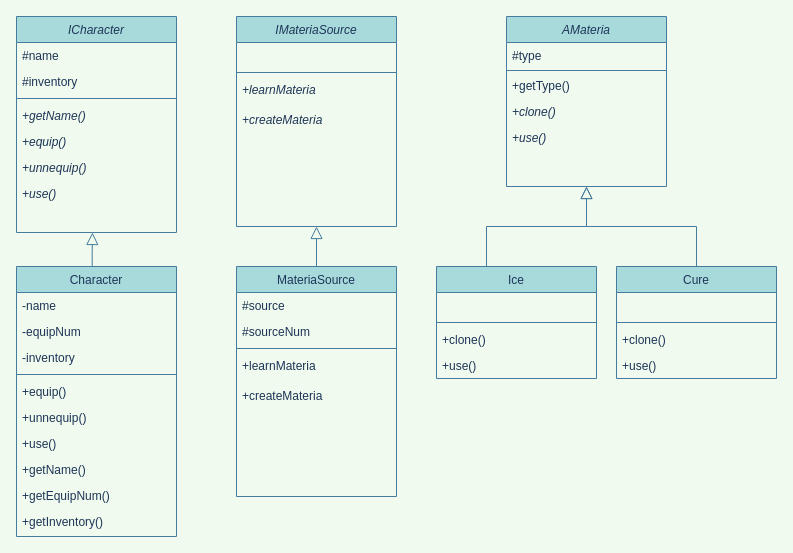
The draw.io diagram cpp04/ex03/cpp04_ex03.drawio in yeawonbong/cpp, before the edit. Source tidied: cells renumbered, new cells numbered last; positions are measured from the earlier drawing's top-left corner, leaving out a move shared by most shapes. Both pictures are drawn from the tidied source at 100%, with x=0, y=0 at pixel (16, 16).
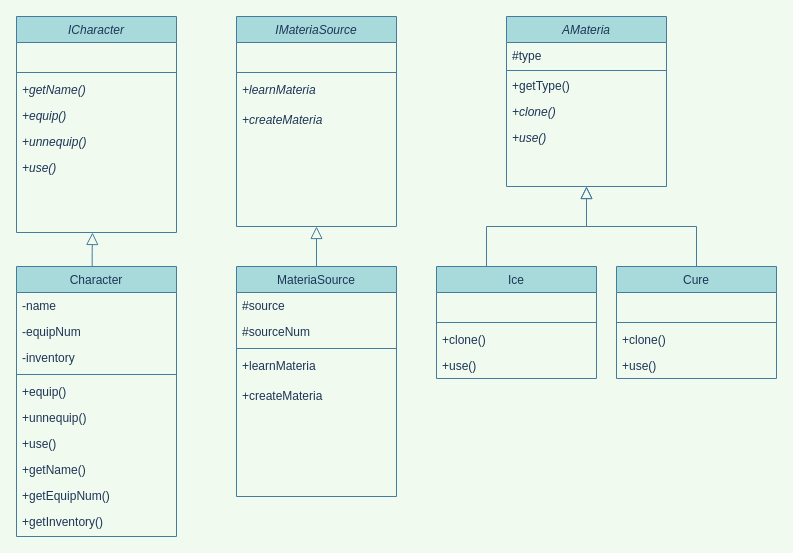
Above is the later version.

The change refers to these unchanged cells:
```xml
<mxCell id="19" value="ICharacter" style="swimlane;fontStyle=2;align=center;verticalAlign=top;horizontal=1;startSize=26;rounded=0;shadow=0;strokeWidth=1;fillColor=#A8DADC;strokeColor=#457B9D;fontColor=#1D3557;" parent="1" vertex="1">
  <mxGeometry width="160" height="216" as="geometry" />
</mxCell>
```

What changed in the source:
```diff
@@
-    <mxCell id="20" value="#name" style="text;align=left;verticalAlign=top;spacingLeft=4;spacingRight=4;overflow=hidden;fontColor=#1D3557;" parent="19" vertex="1">
-      <mxGeometry y="26" width="160" height="26" as="geometry" />
-    </mxCell>
-    <mxCell id="21" value="#inventory" style="text;align=left;verticalAlign=top;spacingLeft=4;spacingRight=4;overflow=hidden;fontColor=#1D3557;" parent="19" vertex="1">
-      <mxGeometry y="52" width="160" height="26" as="geometry" />
+    <mxCell id="21" value=" " style="text;align=left;verticalAlign=top;spacingLeft=4;spacingRight=4;overflow=hidden;fontColor=#1D3557;" parent="19" vertex="1">
+      <mxGeometry y="26" width="160" height="26" as="geometry" />
     </mxCell>
     <mxCell id="22" style="line;html=1;strokeWidth=1;align=left;verticalAlign=middle;spacingTop=-1;spacingLeft=3;spacingRight=3;labelPosition=right;labelBackgroundColor=#F1FAEE;fillColor=#A8DADC;strokeColor=#457B9D;fontColor=#1D3557;" parent="19" vertex="1">
-      <mxGeometry y="78" width="160" height="8" as="geometry" />
+      <mxGeometry y="52" width="160" height="8" as="geometry" />
     </mxCell>
     <mxCell id="23" value="+getName()" style="text;align=left;verticalAlign=top;spacingLeft=4;spacingRight=4;overflow=hidden;fontColor=#1D3557;fontStyle=2;" parent="19" vertex="1">
-      <mxGeometry y="86" width="160" height="26" as="geometry" />
+      <mxGeometry y="60" width="160" height="26" as="geometry" />
     </mxCell>
     <mxCell id="24" value="+equip()" style="text;align=left;verticalAlign=top;spacingLeft=4;spacingRight=4;overflow=hidden;fontColor=#1D3557;fontStyle=2;" parent="19" vertex="1">
-      <mxGeometry y="112" width="160" height="26" as="geometry" />
+      <mxGeometry y="86" width="160" height="26" as="geometry" />
     </mxCell>
     <mxCell id="25" value="+unnequip()" style="text;align=left;verticalAlign=top;spacingLeft=4;spacingRight=4;overflow=hidden;rounded=0;shadow=0;html=0;fontColor=#1D3557;fontStyle=2;" parent="19" vertex="1">
-      <mxGeometry y="138" width="160" height="26" as="geometry" />
+      <mxGeometry y="112" width="160" height="26" as="geometry" />
     </mxCell>
     <mxCell id="26" value="+use()" style="text;align=left;verticalAlign=top;spacingLeft=4;spacingRight=4;overflow=hidden;rounded=0;shadow=0;html=0;fontColor=#1D3557;fontStyle=2;" parent="19" vertex="1">
-      <mxGeometry y="164" width="160" height="26" as="geometry" />
+      <mxGeometry y="138" width="160" height="26" as="geometry" />
     </mxCell>
```
